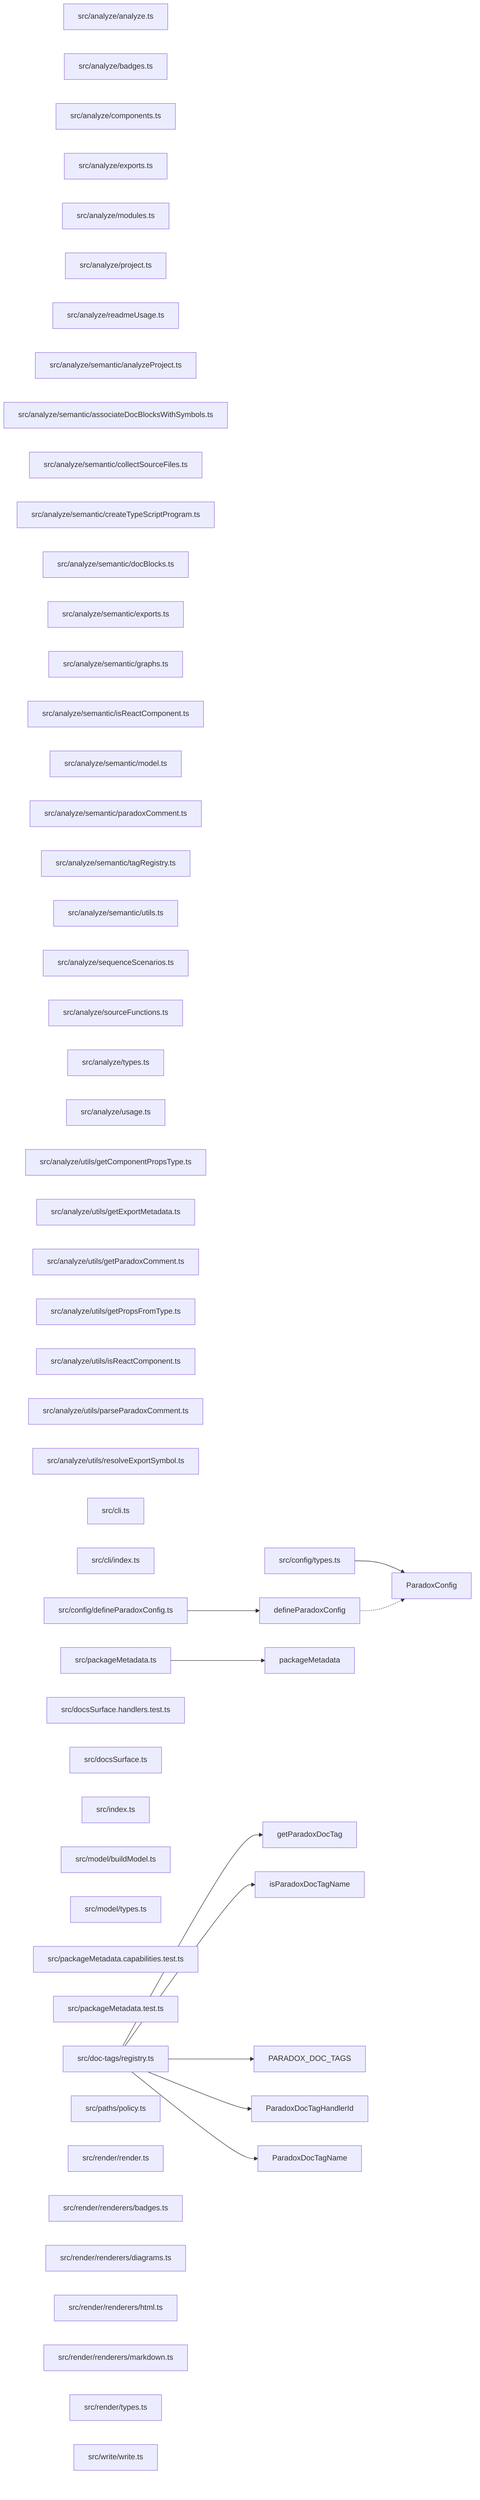
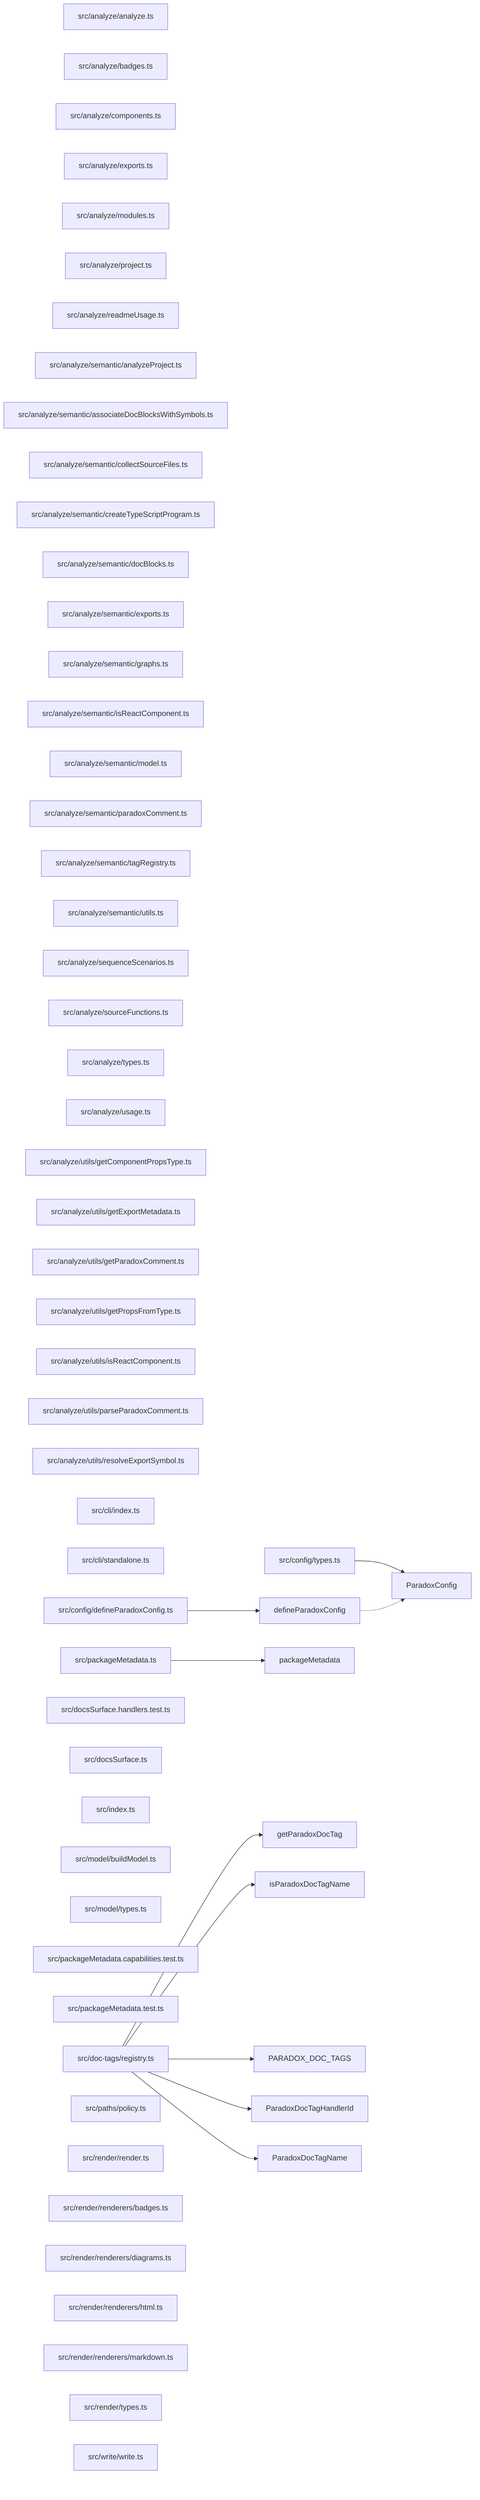
graph LR
  module_src_analyze_analyze_ts["src/analyze/analyze.ts"]
  module_src_analyze_badges_ts["src/analyze/badges.ts"]
  module_src_analyze_components_ts["src/analyze/components.ts"]
  module_src_analyze_exports_ts["src/analyze/exports.ts"]
  module_src_analyze_modules_ts["src/analyze/modules.ts"]
  module_src_analyze_project_ts["src/analyze/project.ts"]
  module_src_analyze_readmeUsage_ts["src/analyze/readmeUsage.ts"]
  module_src_analyze_semantic_analyzeProject_ts["src/analyze/semantic/analyzeProject.ts"]
  module_src_analyze_semantic_associateDocBlocksWithSymbols_ts["src/analyze/semantic/associateDocBlocksWithSymbols.ts"]
  module_src_analyze_semantic_collectSourceFiles_ts["src/analyze/semantic/collectSourceFiles.ts"]
  module_src_analyze_semantic_createTypeScriptProgram_ts["src/analyze/semantic/createTypeScriptProgram.ts"]
  module_src_analyze_semantic_docBlocks_ts["src/analyze/semantic/docBlocks.ts"]
  module_src_analyze_semantic_exports_ts["src/analyze/semantic/exports.ts"]
  module_src_analyze_semantic_graphs_ts["src/analyze/semantic/graphs.ts"]
  module_src_analyze_semantic_isReactComponent_ts["src/analyze/semantic/isReactComponent.ts"]
  module_src_analyze_semantic_model_ts["src/analyze/semantic/model.ts"]
  module_src_analyze_semantic_paradoxComment_ts["src/analyze/semantic/paradoxComment.ts"]
  module_src_analyze_semantic_tagRegistry_ts["src/analyze/semantic/tagRegistry.ts"]
  module_src_analyze_semantic_utils_ts["src/analyze/semantic/utils.ts"]
  module_src_analyze_sequenceScenarios_ts["src/analyze/sequenceScenarios.ts"]
  module_src_analyze_sourceFunctions_ts["src/analyze/sourceFunctions.ts"]
  module_src_analyze_types_ts["src/analyze/types.ts"]
  module_src_analyze_usage_ts["src/analyze/usage.ts"]
  module_src_analyze_utils_getComponentPropsType_ts["src/analyze/utils/getComponentPropsType.ts"]
  module_src_analyze_utils_getExportMetadata_ts["src/analyze/utils/getExportMetadata.ts"]
  module_src_analyze_utils_getParadoxComment_ts["src/analyze/utils/getParadoxComment.ts"]
  module_src_analyze_utils_getPropsFromType_ts["src/analyze/utils/getPropsFromType.ts"]
  module_src_analyze_utils_isReactComponent_ts["src/analyze/utils/isReactComponent.ts"]
  module_src_analyze_utils_parseParadoxComment_ts["src/analyze/utils/parseParadoxComment.ts"]
  module_src_analyze_utils_resolveExportSymbol_ts["src/analyze/utils/resolveExportSymbol.ts"]
-   module_src_cli_ts["src/cli.ts"]
  module_src_cli_index_ts["src/cli/index.ts"]
+   module_src_cli_standalone_ts["src/cli/standalone.ts"]
  module_src_config_defineParadoxConfig_ts["src/config/defineParadoxConfig.ts"]
  module_src_config_types_ts["src/config/types.ts"]
  module_src_doc_tags_registry_ts["src/doc-tags/registry.ts"]
  module_src_docsSurface_handlers_test_ts["src/docsSurface.handlers.test.ts"]
  module_src_docsSurface_ts["src/docsSurface.ts"]
  module_src_index_ts["src/index.ts"]
  module_src_model_buildModel_ts["src/model/buildModel.ts"]
  module_src_model_types_ts["src/model/types.ts"]
  module_src_packageMetadata_capabilities_test_ts["src/packageMetadata.capabilities.test.ts"]
  module_src_packageMetadata_test_ts["src/packageMetadata.test.ts"]
  module_src_packageMetadata_ts["src/packageMetadata.ts"]
  module_src_paths_policy_ts["src/paths/policy.ts"]
  module_src_render_render_ts["src/render/render.ts"]
  module_src_render_renderers_badges_ts["src/render/renderers/badges.ts"]
  module_src_render_renderers_diagrams_ts["src/render/renderers/diagrams.ts"]
  module_src_render_renderers_html_ts["src/render/renderers/html.ts"]
  module_src_render_renderers_markdown_ts["src/render/renderers/markdown.ts"]
  module_src_render_types_ts["src/render/types.ts"]
  module_src_write_write_ts["src/write/write.ts"]
  export_defineParadoxConfig["defineParadoxConfig"]
  module_src_config_defineParadoxConfig_ts --> export_defineParadoxConfig
  export_defineParadoxConfig -.-> export_ParadoxConfig
  export_getParadoxDocTag["getParadoxDocTag"]
  module_src_doc_tags_registry_ts --> export_getParadoxDocTag
  export_isParadoxDocTagName["isParadoxDocTagName"]
  module_src_doc_tags_registry_ts --> export_isParadoxDocTagName
  export_packageMetadata["packageMetadata"]
  module_src_packageMetadata_ts --> export_packageMetadata
  export_PARADOX_DOC_TAGS["PARADOX_DOC_TAGS"]
  module_src_doc_tags_registry_ts --> export_PARADOX_DOC_TAGS
  export_ParadoxConfig["ParadoxConfig"]
  module_src_config_types_ts --> export_ParadoxConfig
  export_ParadoxDocTagHandlerId["ParadoxDocTagHandlerId"]
  module_src_doc_tags_registry_ts --> export_ParadoxDocTagHandlerId
  export_ParadoxDocTagName["ParadoxDocTagName"]
  module_src_doc_tags_registry_ts --> export_ParadoxDocTagName
